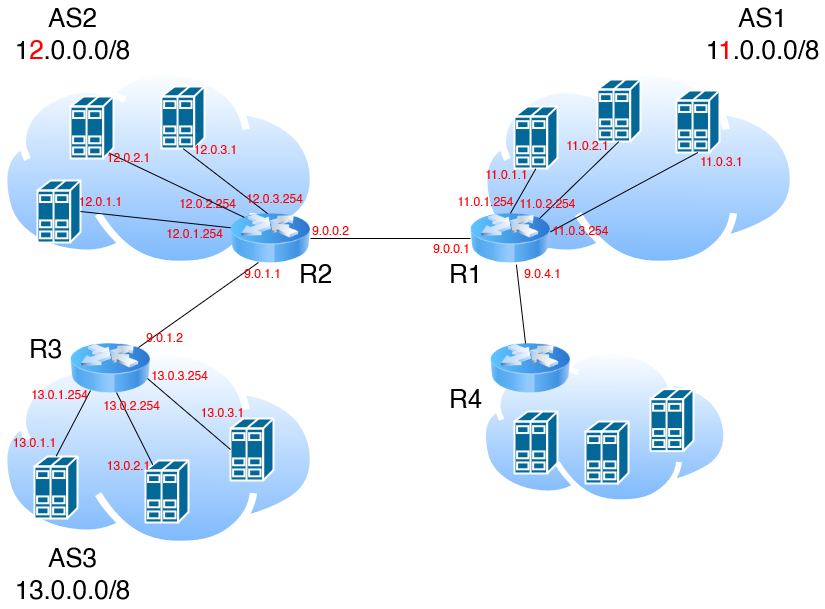
Earlier version of the draw.io export labs/lab5/assets/topology.png (jamestiotio/networks). Source tidied: cells renumbered, new cells last; positions are measured from the earlier drawing's top-left corner, leaving out a move shared by most shapes.
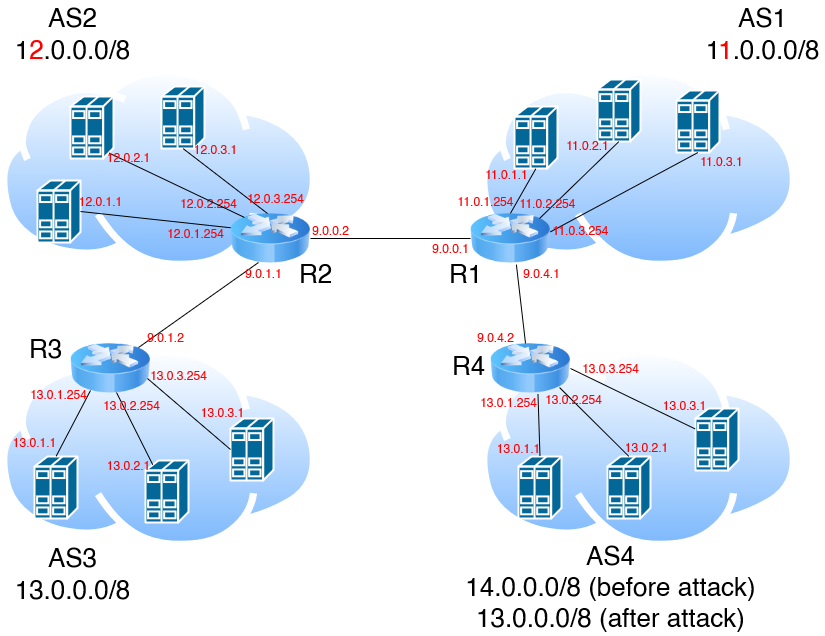
The same file after the commit.

Diff of the diagram source:
```diff
@@ -12,7 +12,7 @@
       <mxGeometry y="348" width="317.5" height="200" as="geometry" />
     </mxCell>
     <mxCell id="5" style="perimeter=ellipsePerimeter;html=1;align=center;shadow=0;dashed=0;spacingTop=3;image;image=img/lib/active_directory/internet_cloud.svg;" parent="1" vertex="1">
-      <mxGeometry x="480" y="348" width="249.2" height="157" as="geometry" />
+      <mxGeometry x="480" y="348" width="317.5" height="200" as="geometry" />
     </mxCell>
     <mxCell id="6" style="image;html=1;image=img/lib/clip_art/networking/Router_Icon_128x128.png;" parent="1" vertex="1">
       <mxGeometry x="230" y="198" width="80" height="80" as="geometry" />
@@ -45,7 +45,7 @@
       <mxGeometry x="20" y="328" width="50" height="40" as="geometry" />
     </mxCell>
     <mxCell id="16" value="R4" style="text;html=1;align=center;verticalAlign=middle;strokeColor=none;fillColor=none;fontSize=26;fontColor=#000000;" parent="1" vertex="1">
-      <mxGeometry x="440" y="378" width="50" height="40" as="geometry" />
+      <mxGeometry x="443" y="345" width="50" height="40" as="geometry" />
     </mxCell>
     <mxCell id="17" value="&lt;div&gt;AS2&lt;/div&gt;&lt;div&gt;1&lt;font color=&quot;#FF0000&quot;&gt;2&lt;/font&gt;.0.0.0/8&lt;br&gt;&lt;/div&gt;" style="text;html=1;align=center;verticalAlign=middle;strokeColor=none;fillColor=none;fontSize=26;fontColor=#000000;" parent="1" vertex="1">
       <mxGeometry x="9.2" width="126" height="66" as="geometry" />
@@ -99,13 +99,13 @@
       <mxGeometry relative="1" as="geometry" />
     </mxCell>
     <mxCell id="34" style="shape=mxgraph.cisco.servers.standard_host;html=1;dashed=0;fillColor=#036897;strokeColor=#ffffff;strokeWidth=2;verticalLabelPosition=bottom;verticalAlign=top;align=center;outlineConnect=0;" parent="1" vertex="1">
-      <mxGeometry x="650" y="388.6" width="43" height="62" as="geometry" />
+      <mxGeometry x="695" y="408" width="43" height="62" as="geometry" />
     </mxCell>
     <mxCell id="35" style="shape=mxgraph.cisco.servers.standard_host;html=1;dashed=0;fillColor=#036897;strokeColor=#ffffff;strokeWidth=2;verticalLabelPosition=bottom;verticalAlign=top;align=center;outlineConnect=0;" parent="1" vertex="1">
-      <mxGeometry x="585" y="421" width="43" height="62" as="geometry" />
+      <mxGeometry x="607" y="456" width="43" height="62" as="geometry" />
     </mxCell>
     <mxCell id="36" style="shape=mxgraph.cisco.servers.standard_host;html=1;dashed=0;fillColor=#036897;strokeColor=#ffffff;strokeWidth=2;verticalLabelPosition=bottom;verticalAlign=top;align=center;outlineConnect=0;" parent="1" vertex="1">
-      <mxGeometry x="514" y="411" width="43" height="62" as="geometry" />
+      <mxGeometry x="518" y="456" width="43" height="62" as="geometry" />
     </mxCell>
     <mxCell id="37" value="&lt;font style=&quot;font-size: 12px&quot;&gt;11.0.2.1&lt;/font&gt;" style="text;html=1;align=center;verticalAlign=middle;strokeColor=none;fillColor=none;fontSize=12;fontColor=#FF0000;" parent="1" vertex="1">
       <mxGeometry x="561" y="136" width="52" height="18" as="geometry" />
@@ -188,5 +188,38 @@
     <mxCell id="63" value="&lt;font style=&quot;font-size: 12px&quot;&gt;12.0.2.1&lt;/font&gt;" style="text;html=1;align=center;verticalAlign=middle;strokeColor=none;fillColor=none;fontSize=12;fontColor=#FF0000;" parent="1" vertex="1">
       <mxGeometry x="101" y="148" width="53" height="18" as="geometry" />
     </mxCell>
+    <mxCell id="64" value="&lt;div&gt;AS4&lt;/div&gt;&lt;div&gt;14.0.0.0/8 (before attack)&lt;/div&gt;&lt;div&gt;13.0.0.0/8 (after attack)&lt;br&gt;&lt;/div&gt;" style="text;html=1;align=center;verticalAlign=middle;strokeColor=none;fillColor=none;fontSize=26;fontColor=#000000;" parent="1" vertex="1">
+      <mxGeometry x="459" y="538" width="301" height="97" as="geometry" />
+    </mxCell>
+    <mxCell id="65" value="&lt;div&gt;9.0.4.2&lt;/div&gt;" style="text;html=1;align=center;verticalAlign=middle;strokeColor=none;fillColor=none;fontSize=12;fontColor=#FF0000;" parent="1" vertex="1">
+      <mxGeometry x="470" y="327" width="50" height="20" as="geometry" />
+    </mxCell>
+    <mxCell id="66" style="endArrow=none;html=1;rounded=0;fontSize=26;entryX=0.863;entryY=0.738;entryDx=0;entryDy=0;entryPerimeter=0;fontColor=#000000;labelBackgroundColor=#000000;strokeColor=#000000;endSize=6;anchorPointDirection=1;exitX=0.5;exitY=0;exitDx=0;exitDy=0;exitPerimeter=0;" parent="1" edge="1" source="35" target="12">
+      <mxGeometry relative="1" as="geometry" />
+    </mxCell>
+    <mxCell id="67" style="endArrow=none;html=1;rounded=0;fontSize=26;fontColor=#000000;labelBackgroundColor=#000000;strokeColor=#000000;endSize=6;anchorPointDirection=1;entryX=1;entryY=0.5;entryDx=0;entryDy=0;" parent="1" edge="1" source="34" target="12">
+      <mxGeometry relative="1" as="geometry" />
+    </mxCell>
+    <mxCell id="68" value="&lt;font style=&quot;font-size: 12px&quot;&gt;13.0.2.1&lt;/font&gt;" style="text;html=1;align=center;verticalAlign=middle;strokeColor=none;fillColor=none;fontSize=12;fontColor=#FF0000;" parent="1" vertex="1">
+      <mxGeometry x="619" y="438" width="53" height="18" as="geometry" />
+    </mxCell>
+    <mxCell id="69" value="&lt;font style=&quot;font-size: 12px&quot;&gt;13.0.1.1&lt;/font&gt;" style="text;html=1;align=center;verticalAlign=middle;strokeColor=none;fillColor=none;fontSize=12;fontColor=#FF0000;" parent="1" vertex="1">
+      <mxGeometry x="491" y="439" width="53" height="18" as="geometry" />
+    </mxCell>
+    <mxCell id="70" value="&lt;font style=&quot;font-size: 12px&quot;&gt;13.0.3.1&lt;/font&gt;" style="text;html=1;align=center;verticalAlign=middle;strokeColor=none;fillColor=none;fontSize=12;fontColor=#FF0000;" parent="1" vertex="1">
+      <mxGeometry x="657" y="396" width="53" height="18" as="geometry" />
+    </mxCell>
+    <mxCell id="71" value="&lt;font style=&quot;font-size: 12px&quot;&gt;13.0.1.254&lt;/font&gt;" style="text;html=1;align=center;verticalAlign=middle;strokeColor=none;fillColor=none;fontSize=12;fontColor=#FF0000;" parent="1" vertex="1">
+      <mxGeometry x="474" y="393" width="67" height="18" as="geometry" />
+    </mxCell>
+    <mxCell id="72" value="&lt;font style=&quot;font-size: 12px&quot;&gt;13.0.2.254&lt;/font&gt;" style="text;html=1;align=center;verticalAlign=middle;strokeColor=none;fillColor=none;fontSize=12;fontColor=#FF0000;" parent="1" vertex="1">
+      <mxGeometry x="539" y="390" width="67" height="18" as="geometry" />
+    </mxCell>
+    <mxCell id="73" value="&lt;font style=&quot;font-size: 12px&quot;&gt;13.0.3.254&lt;/font&gt;" style="text;html=1;align=center;verticalAlign=middle;strokeColor=none;fillColor=none;fontSize=12;fontColor=#FF0000;" parent="1" vertex="1">
+      <mxGeometry x="576" y="359" width="67" height="18" as="geometry" />
+    </mxCell>
+    <mxCell id="74" style="endArrow=none;html=1;rounded=0;fontSize=26;entryX=0.181;entryY=0.225;entryDx=0;entryDy=0;entryPerimeter=0;fontColor=#000000;labelBackgroundColor=#000000;strokeColor=#000000;endSize=6;anchorPointDirection=1;exitX=0.5;exitY=0;exitDx=0;exitDy=0;exitPerimeter=0;" parent="1" edge="1" source="36" target="5">
+      <mxGeometry relative="1" as="geometry" />
+    </mxCell>
   </root>
 </mxGraphModel>
```
